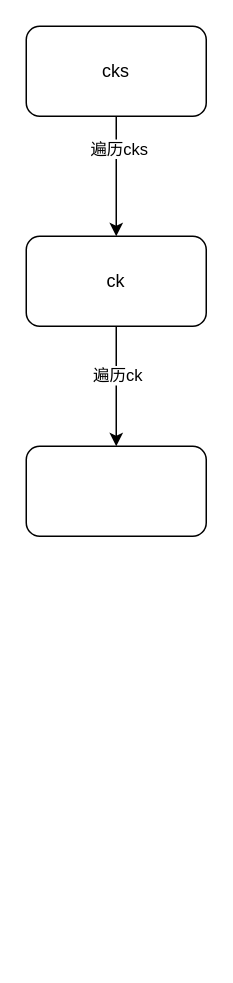
Earlier version of the draw.io diagram scraper.drawio (wupei-w/diagrams). Source tidied: cells renumbered, new cells numbered last; positions are measured from the earlier drawing's top-left corner, leaving out a move shared by most shapes. Both pictures are drawn from the tidied source at 150%, with x=0, y=0 at pixel (26, 26).
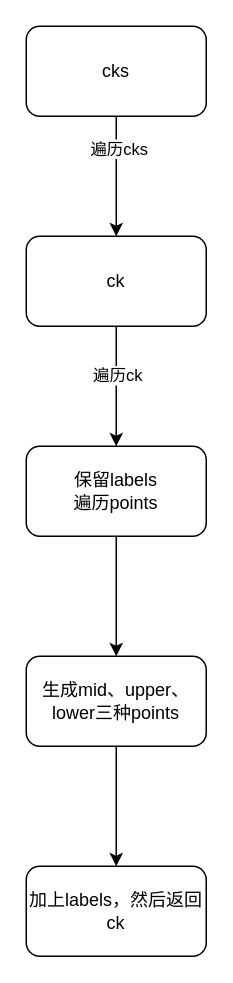
The same page after the edit.

The edit, as a diff of the source:
```diff
@@
 <mxGraphModel>
   <root>
     <mxCell id="0" />
     <mxCell id="1" parent="0" />
     <mxCell id="2" style="edgeStyle=orthogonalEdgeStyle;rounded=0;jettySize=auto;html=1;" parent="1" edge="1" source="4" target="7">
       <mxGeometry relative="1" as="geometry" />
     </mxCell>
     <mxCell id="3" value="遍历cks" style="edgeLabel;html=1;align=center;verticalAlign=middle;" parent="2" vertex="1">
       <mxGeometry x="-0.47" y="1" relative="1" as="geometry" />
     </mxCell>
     <mxCell id="4" value="cks" style="rounded=1;whiteSpace=wrap;html=1;" parent="1" vertex="1">
       <mxGeometry width="120" height="60" as="geometry" />
     </mxCell>
     <mxCell id="5" style="edgeStyle=orthogonalEdgeStyle;rounded=0;jettySize=auto;html=1;" parent="1" edge="1" source="7" target="8">
       <mxGeometry relative="1" as="geometry" />
     </mxCell>
     <mxCell id="6" value="遍历ck" style="edgeLabel;html=1;align=center;verticalAlign=middle;" parent="5" vertex="1">
       <mxGeometry x="-0.19" relative="1" as="geometry" />
     </mxCell>
     <mxCell id="7" value="ck" style="rounded=1;whiteSpace=wrap;html=1;" parent="1" vertex="1">
       <mxGeometry y="140" width="120" height="60" as="geometry" />
     </mxCell>
+    <mxCell id="9" style="edgeStyle=orthogonalEdgeStyle;rounded=0;jettySize=auto;html=1;" parent="1" edge="1" source="8" target="11">
+      <mxGeometry relative="1" as="geometry" />
+    </mxCell>
-    <mxCell id="8" style="rounded=1;whiteSpace=wrap;html=1;" parent="1" vertex="1">
+    <mxCell id="8" value="保留labels&lt;br&gt;遍历points" style="rounded=1;whiteSpace=wrap;html=1;" parent="1" vertex="1">
       <mxGeometry y="280" width="120" height="60" as="geometry" />
     </mxCell>
+    <mxCell id="10" style="edgeStyle=orthogonalEdgeStyle;rounded=0;jettySize=auto;html=1;" parent="1" edge="1" source="11" target="12">
+      <mxGeometry relative="1" as="geometry" />
+    </mxCell>
+    <mxCell id="11" value="生成mid、upper、lower三种points" style="rounded=1;whiteSpace=wrap;html=1;" parent="1" vertex="1">
+      <mxGeometry y="420" width="120" height="60" as="geometry" />
+    </mxCell>
+    <mxCell id="12" value="加上labels，然后返回ck" style="rounded=1;whiteSpace=wrap;html=1;" parent="1" vertex="1">
+      <mxGeometry y="560" width="120" height="60" as="geometry" />
+    </mxCell>
   </root>
 </mxGraphModel>
```
